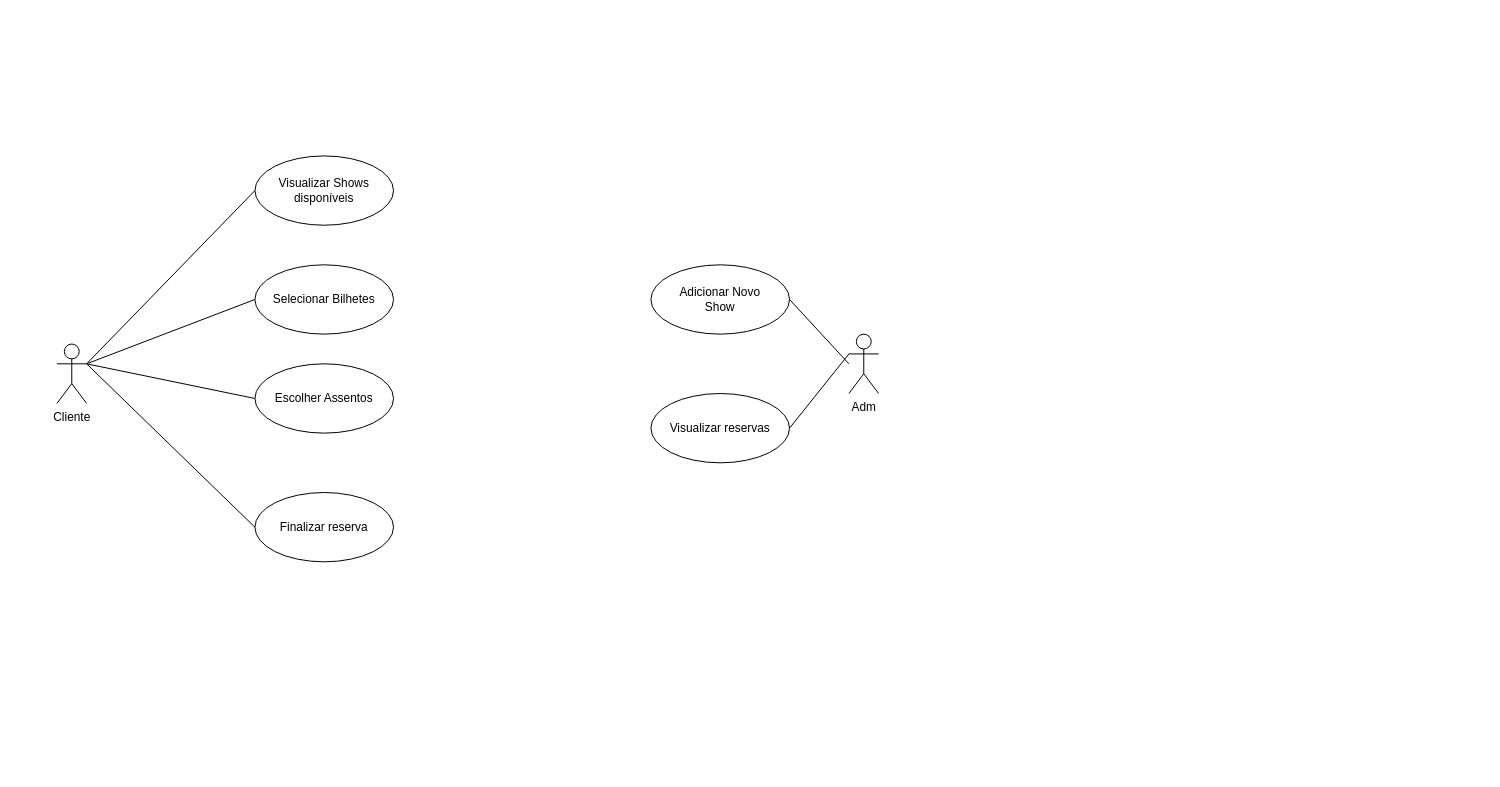
Earlier version of the draw.io diagram atividade_asia.drawio (AlisonMMoreira/asia-ads). Source tidied: cells renumbered, new cells numbered last; positions are measured from the earlier drawing's top-left corner, leaving out a move shared by most shapes. Both pictures are drawn from the tidied source at 99%, with x=0, y=0 at pixel (56, 155).
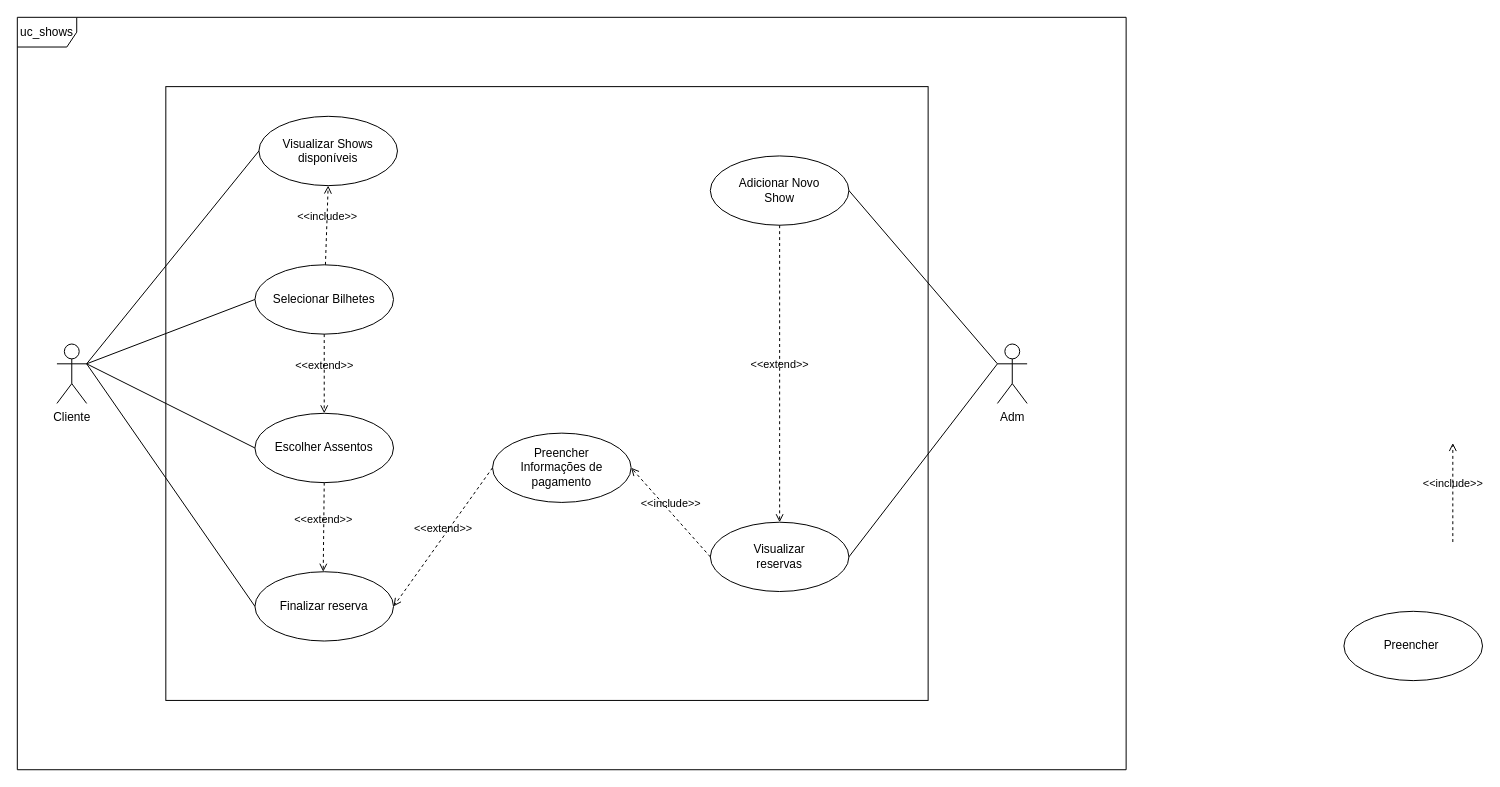
The same diagram, later.

The change refers to these unchanged cells:
```xml
<mxCell id="5" value="Selecionar Bilhetes" style="ellipse;whiteSpace=wrap;html=1;" parent="1" vertex="1">
  <mxGeometry x="200" y="110" width="140" height="70" as="geometry" />
</mxCell>
```

Diff of the diagram source:
```diff
@@
+    <mxCell id="16" style="rounded=0;whiteSpace=wrap;html=1;" parent="1" vertex="1">
+      <mxGeometry x="110" y="-70" width="770" height="620" as="geometry" />
+    </mxCell>
@@
     <mxCell id="3" value="Adm" style="shape=umlActor;verticalLabelPosition=bottom;verticalAlign=top;html=1;outlineConnect=0;" parent="1" vertex="1">
-      <mxGeometry x="800" y="180" width="30" height="60" as="geometry" />
+      <mxGeometry x="950" y="190" width="30" height="60" as="geometry" />
     </mxCell>
     <mxCell id="4" value="Visualizar Shows&lt;br&gt;disponíveis" style="ellipse;whiteSpace=wrap;html=1;" parent="1" vertex="1">
-      <mxGeometry x="200" width="140" height="70" as="geometry" />
+      <mxGeometry x="204" y="-40" width="140" height="70" as="geometry" />
     </mxCell>
@@
     <mxCell id="6" value="Escolher Assentos" style="ellipse;whiteSpace=wrap;html=1;" parent="1" vertex="1">
-      <mxGeometry x="200" y="210" width="140" height="70" as="geometry" />
+      <mxGeometry x="200" y="260" width="140" height="70" as="geometry" />
     </mxCell>
     <mxCell id="7" value="Finalizar reserva" style="ellipse;whiteSpace=wrap;html=1;" parent="1" vertex="1">
-      <mxGeometry x="200" y="340" width="140" height="70" as="geometry" />
+      <mxGeometry x="200" y="420" width="140" height="70" as="geometry" />
     </mxCell>
     <mxCell id="8" value="Adicionar Novo&lt;br&gt;Show" style="ellipse;whiteSpace=wrap;html=1;" parent="1" vertex="1">
-      <mxGeometry x="600" y="110" width="140" height="70" as="geometry" />
+      <mxGeometry x="660" width="140" height="70" as="geometry" />
     </mxCell>
-    <mxCell id="9" value="Visualizar reservas" style="ellipse;whiteSpace=wrap;html=1;" parent="1" vertex="1">
-      <mxGeometry x="600" y="240" width="140" height="70" as="geometry" />
+    <mxCell id="9" value="Visualizar&lt;br&gt;reservas" style="ellipse;whiteSpace=wrap;html=1;" parent="1" vertex="1">
+      <mxGeometry x="660" y="370" width="140" height="70" as="geometry" />
     </mxCell>
@@
-    <mxCell id="14" style="endArrow=none;html=1;rounded=0;exitX=1;exitY=0.5;exitDx=0;exitDy=0;" parent="1" edge="1" source="8">
-      <mxGeometry relative="1" as="geometry">
-        <mxPoint x="800" y="210" as="targetPoint" />
-      </mxGeometry>
+    <mxCell id="14" style="endArrow=none;html=1;rounded=0;exitX=1;exitY=0.5;exitDx=0;exitDy=0;entryX=0;entryY=0.3333333333333333;entryDx=0;entryDy=0;entryPerimeter=0;" parent="1" edge="1" source="8" target="3">
+      <mxGeometry relative="1" as="geometry" />
     </mxCell>
@@
+    <mxCell id="17" value="Preencher&lt;br&gt;Informações de pagamento" style="ellipse;whiteSpace=wrap;html=1;" parent="1" vertex="1">
+      <mxGeometry x="440" y="280" width="140" height="70" as="geometry" />
+    </mxCell>
+    <mxCell id="18" value="Preencher&amp;nbsp;" style="ellipse;whiteSpace=wrap;html=1;" parent="1" vertex="1">
+      <mxGeometry x="1300" y="460" width="140" height="70" as="geometry" />
+    </mxCell>
+    <mxCell id="19" value="&amp;lt;&amp;lt;include&amp;gt;&amp;gt;" style="html=1;verticalAlign=bottom;labelBackgroundColor=none;endArrow=open;endFill=0;dashed=1;rounded=0;exitX=0;exitY=0.5;exitDx=0;exitDy=0;entryX=1;entryY=0.5;entryDx=0;entryDy=0;" parent="1" edge="1" source="9" target="17">
+      <mxGeometry relative="1" as="geometry" />
+    </mxCell>
+    <mxCell id="20" value="&amp;lt;&amp;lt;extend&amp;gt;&amp;gt;" style="html=1;verticalAlign=bottom;labelBackgroundColor=none;endArrow=open;endFill=0;dashed=1;rounded=0;exitX=0;exitY=0.5;exitDx=0;exitDy=0;entryX=1;entryY=0.5;entryDx=0;entryDy=0;" parent="1" edge="1" source="17" target="7">
+      <mxGeometry relative="1" as="geometry" />
+    </mxCell>
+    <mxCell id="21" value="&amp;lt;&amp;lt;include&amp;gt;&amp;gt;" style="html=1;verticalAlign=bottom;labelBackgroundColor=none;endArrow=open;endFill=0;dashed=1;rounded=0;" parent="1" edge="1">
+      <mxGeometry relative="1" as="geometry">
+        <mxPoint x="1410" y="390" as="sourcePoint" />
+        <mxPoint x="1410" y="290" as="targetPoint" />
+      </mxGeometry>
+    </mxCell>
+    <mxCell id="22" value="&amp;lt;&amp;lt;include&amp;gt;&amp;gt;" style="html=1;verticalAlign=bottom;labelBackgroundColor=none;endArrow=open;endFill=0;dashed=1;rounded=0;entryX=0.5;entryY=1;entryDx=0;entryDy=0;" parent="1" edge="1" source="5" target="4">
+      <mxGeometry relative="1" as="geometry" />
+    </mxCell>
+    <mxCell id="23" value="&amp;lt;&amp;lt;extend&amp;gt;&amp;gt;" style="html=1;verticalAlign=bottom;labelBackgroundColor=none;endArrow=open;endFill=0;dashed=1;rounded=0;exitX=0.5;exitY=1;exitDx=0;exitDy=0;entryX=0.5;entryY=0;entryDx=0;entryDy=0;" parent="1" edge="1" source="8" target="9">
+      <mxGeometry relative="1" as="geometry" />
+    </mxCell>
+    <mxCell id="24" value="uc_shows" style="shape=umlFrame;whiteSpace=wrap;html=1;" parent="1" vertex="1">
+      <mxGeometry x="-40" y="-140" width="1120" height="760" as="geometry" />
+    </mxCell>
+    <mxCell id="25" value="&amp;lt;&amp;lt;extend&amp;gt;&amp;gt;" style="html=1;verticalAlign=bottom;labelBackgroundColor=none;endArrow=open;endFill=0;dashed=1;rounded=0;exitX=0.5;exitY=1;exitDx=0;exitDy=0;" parent="1" edge="1" source="6">
+      <mxGeometry x="0.02" relative="1" as="geometry">
+        <mxPoint x="269" y="420" as="targetPoint" />
+      </mxGeometry>
+    </mxCell>
+    <mxCell id="26" value="&amp;lt;&amp;lt;extend&amp;gt;&amp;gt;" style="html=1;verticalAlign=bottom;labelBackgroundColor=none;endArrow=open;endFill=0;dashed=1;rounded=0;exitX=0.5;exitY=1;exitDx=0;exitDy=0;" parent="1" edge="1" source="5">
+      <mxGeometry x="0.02" relative="1" as="geometry">
+        <mxPoint x="270" y="260" as="targetPoint" />
+      </mxGeometry>
+    </mxCell>
```
